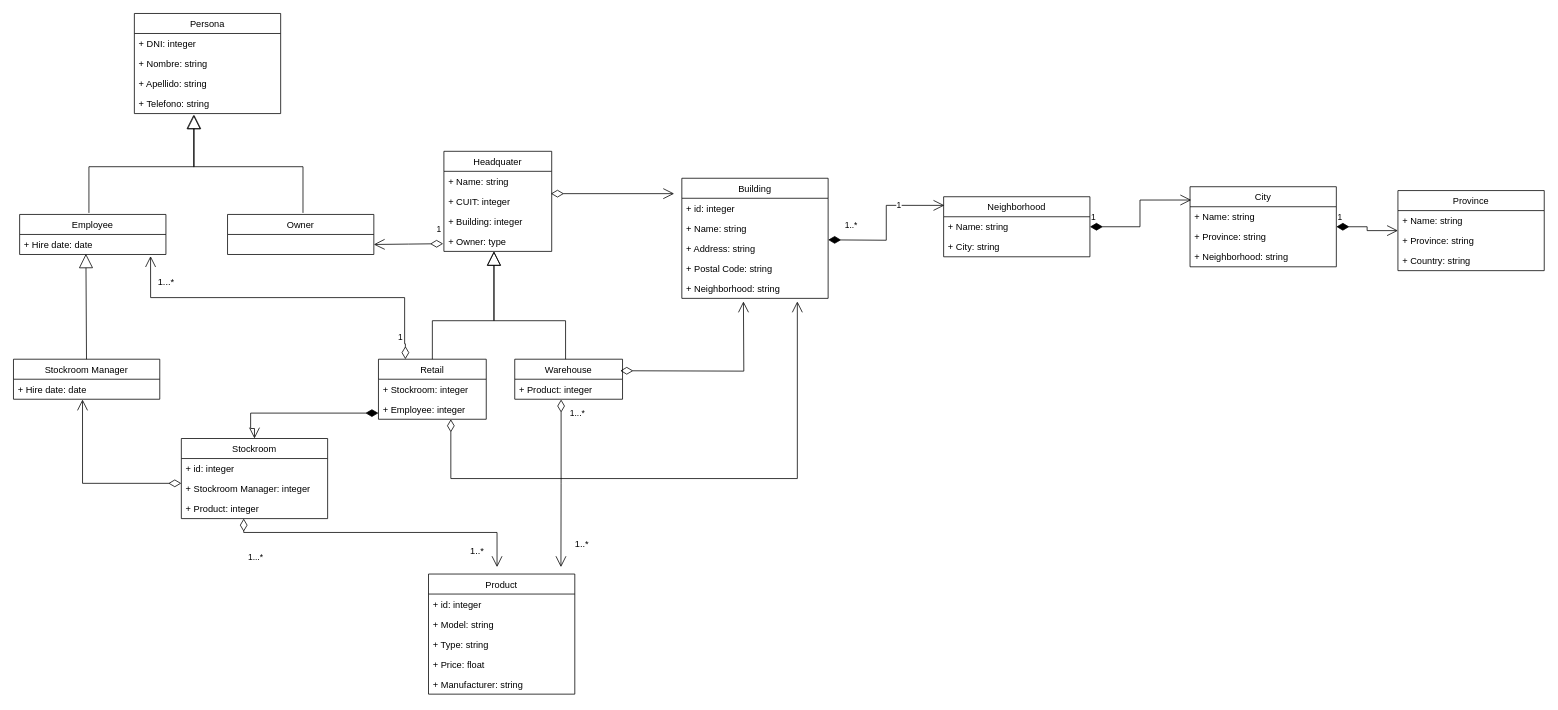
Before: Business Documentation/AllFasion_UML.drawio in quiaf/NAYI-Stockroom, a draw.io diagram. Source tidied: cells renumbered, new cells numbered last; positions are measured from the earlier drawing's top-left corner, leaving out a move shared by most shapes. Both pictures are drawn from the tidied source at 77%, with x=0, y=0 at pixel (13, 13).
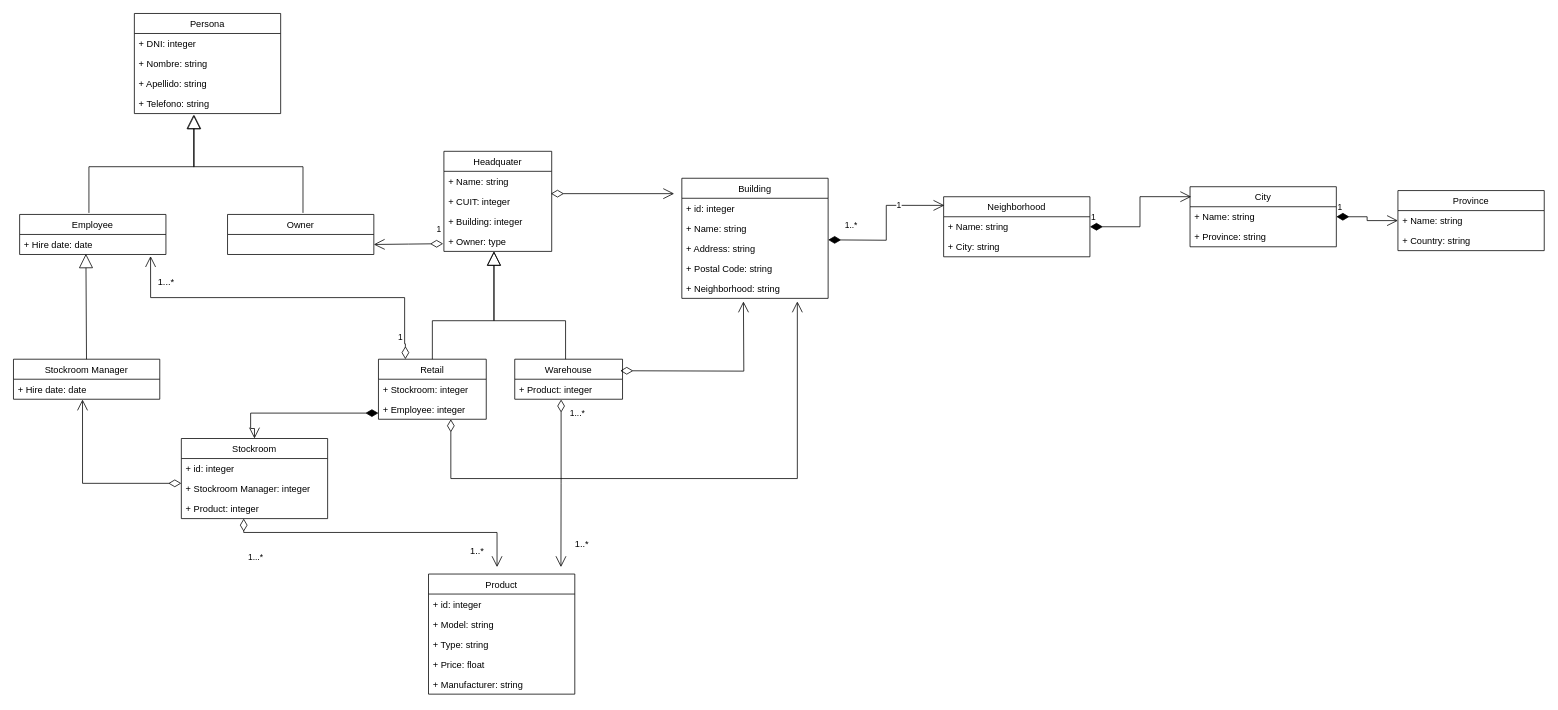
The same diagram, later.

Change to the diagram source:
```diff
@@
     <mxCell id="36" value="City" style="swimlane;fontStyle=0;horizontal=1;startSize=26;fillColor=none;" parent="1" vertex="1">
-      <mxGeometry x="1528" y="225" width="190" height="104" as="geometry" />
+      <mxGeometry x="1528" y="225" width="190" height="78" as="geometry" />
     </mxCell>
@@
-    <mxCell id="39" value="+ Neighborhood: string" style="text;strokeColor=none;fillColor=none;align=left;verticalAlign=top;spacingLeft=4;spacingRight=4;overflow=hidden;" parent="36" vertex="1">
-      <mxGeometry y="78" width="190" height="26" as="geometry" />
-    </mxCell>
     <mxCell id="40" value="Province" style="swimlane;fontStyle=0;horizontal=1;startSize=26;fillColor=none;" parent="1" vertex="1">
-      <mxGeometry x="1798" y="230" width="190" height="104" as="geometry" />
+      <mxGeometry x="1798" y="230" width="190" height="78" as="geometry" />
     </mxCell>
@@
-    <mxCell id="42" value="+ Province: string" style="text;strokeColor=none;fillColor=none;align=left;verticalAlign=top;spacingLeft=4;spacingRight=4;overflow=hidden;" parent="40" vertex="1">
-      <mxGeometry y="52" width="190" height="26" as="geometry" />
-    </mxCell>
     <mxCell id="43" value="+ Country: string" style="text;strokeColor=none;fillColor=none;align=left;verticalAlign=top;spacingLeft=4;spacingRight=4;overflow=hidden;" parent="40" vertex="1">
-      <mxGeometry y="78" width="190" height="26" as="geometry" />
+      <mxGeometry y="52" width="190" height="26" as="geometry" />
     </mxCell>
```
